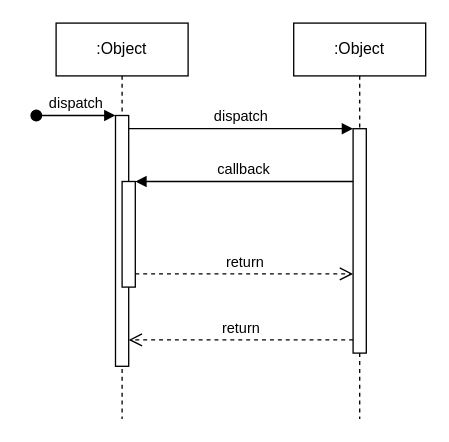
The draw.io diagram 餐饮SSD.drawio in lyhkk/Test, before the edit. Source tidied: cells renumbered, new cells numbered last; positions are measured from the earlier drawing's top-left corner, leaving out a move shared by most shapes. Both pictures are drawn from the tidied source at 132%, with x=0, y=0 at pixel (36, 22).
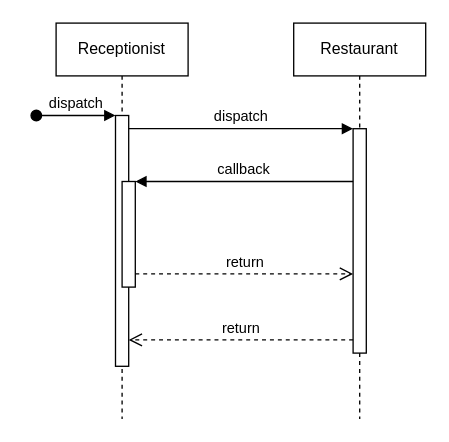
Above is the later version.

The edit, as a diff of the source:
```diff
@@
 <mxGraphModel>
   <root>
     <mxCell id="0" />
     <mxCell id="1" parent="0" />
-    <mxCell id="2" value=":Object" style="shape=umlLifeline;perimeter=lifelinePerimeter;whiteSpace=wrap;html=1;newEdgeStyle={&quot;edgeStyle&quot;:&quot;elbowEdgeStyle&quot;,&quot;elbow&quot;:&quot;vertical&quot;,&quot;curved&quot;:0,&quot;rounded&quot;:0};" parent="1" vertex="1">
+    <mxCell id="2" value="Receptionist" style="shape=umlLifeline;perimeter=lifelinePerimeter;whiteSpace=wrap;html=1;newEdgeStyle={&quot;edgeStyle&quot;:&quot;elbowEdgeStyle&quot;,&quot;elbow&quot;:&quot;vertical&quot;,&quot;curved&quot;:0,&quot;rounded&quot;:0};" parent="1" vertex="1">
       <mxGeometry x="15" width="100" height="300" as="geometry" />
     </mxCell>
     <mxCell id="3" style="html=1;points=[];perimeter=orthogonalPerimeter;outlineConnect=0;targetShapes=umlLifeline;portConstraint=eastwest;newEdgeStyle={&quot;edgeStyle&quot;:&quot;elbowEdgeStyle&quot;,&quot;elbow&quot;:&quot;vertical&quot;,&quot;curved&quot;:0,&quot;rounded&quot;:0};" parent="2" vertex="1">
       <mxGeometry x="45" y="70" width="10" height="190" as="geometry" />
     </mxCell>
     <mxCell id="4" value="dispatch" style="html=1;verticalAlign=bottom;startArrow=oval;endArrow=block;startSize=8;edgeStyle=elbowEdgeStyle;elbow=vertical;curved=0;rounded=0;" parent="2" edge="1" target="3">
       <mxGeometry relative="1" as="geometry">
         <mxPoint x="-15" y="70" as="sourcePoint" />
       </mxGeometry>
     </mxCell>
     <mxCell id="5" style="html=1;points=[];perimeter=orthogonalPerimeter;outlineConnect=0;targetShapes=umlLifeline;portConstraint=eastwest;newEdgeStyle={&quot;edgeStyle&quot;:&quot;elbowEdgeStyle&quot;,&quot;elbow&quot;:&quot;vertical&quot;,&quot;curved&quot;:0,&quot;rounded&quot;:0};" parent="2" vertex="1">
       <mxGeometry x="50" y="120" width="10" height="80" as="geometry" />
     </mxCell>
-    <mxCell id="6" value=":Object" style="shape=umlLifeline;perimeter=lifelinePerimeter;whiteSpace=wrap;html=1;newEdgeStyle={&quot;edgeStyle&quot;:&quot;elbowEdgeStyle&quot;,&quot;elbow&quot;:&quot;vertical&quot;,&quot;curved&quot;:0,&quot;rounded&quot;:0};" parent="1" vertex="1">
+    <mxCell id="6" value="Restaurant" style="shape=umlLifeline;perimeter=lifelinePerimeter;whiteSpace=wrap;html=1;newEdgeStyle={&quot;edgeStyle&quot;:&quot;elbowEdgeStyle&quot;,&quot;elbow&quot;:&quot;vertical&quot;,&quot;curved&quot;:0,&quot;rounded&quot;:0};" parent="1" vertex="1">
       <mxGeometry x="195" width="100" height="300" as="geometry" />
     </mxCell>
     <mxCell id="7" style="html=1;points=[];perimeter=orthogonalPerimeter;outlineConnect=0;targetShapes=umlLifeline;portConstraint=eastwest;newEdgeStyle={&quot;edgeStyle&quot;:&quot;elbowEdgeStyle&quot;,&quot;elbow&quot;:&quot;vertical&quot;,&quot;curved&quot;:0,&quot;rounded&quot;:0};" parent="6" vertex="1">
       <mxGeometry x="45" y="80" width="10" height="170" as="geometry" />
     </mxCell>
     <mxCell id="8" value="dispatch" style="html=1;verticalAlign=bottom;endArrow=block;edgeStyle=elbowEdgeStyle;elbow=vertical;curved=0;rounded=0;" parent="1" edge="1" source="3" target="7">
       <mxGeometry relative="1" as="geometry">
         <Array as="points">
           <mxPoint x="155" y="80" />
         </Array>
       </mxGeometry>
     </mxCell>
     <mxCell id="9" value="return" style="html=1;verticalAlign=bottom;endArrow=open;dashed=1;endSize=8;edgeStyle=elbowEdgeStyle;elbow=vertical;curved=0;rounded=0;" parent="1" edge="1" source="7" target="3">
       <mxGeometry relative="1" as="geometry">
         <Array as="points">
           <mxPoint x="165" y="240" />
         </Array>
       </mxGeometry>
     </mxCell>
     <mxCell id="10" value="callback" style="html=1;verticalAlign=bottom;endArrow=block;edgeStyle=elbowEdgeStyle;elbow=vertical;curved=0;rounded=0;" parent="1" edge="1" source="7" target="5">
       <mxGeometry relative="1" as="geometry">
         <Array as="points">
           <mxPoint x="165" y="120" />
         </Array>
       </mxGeometry>
     </mxCell>
     <mxCell id="11" value="return" style="html=1;verticalAlign=bottom;endArrow=open;dashed=1;endSize=8;edgeStyle=elbowEdgeStyle;elbow=vertical;curved=0;rounded=0;" parent="1" edge="1" source="5" target="7">
       <mxGeometry relative="1" as="geometry">
         <Array as="points">
           <mxPoint x="155" y="190" />
         </Array>
       </mxGeometry>
     </mxCell>
   </root>
 </mxGraphModel>
```
